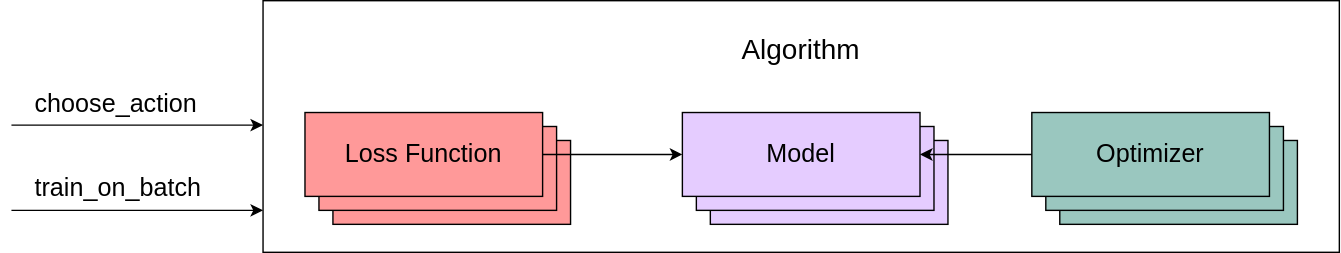
microsoft/maro keeps this draw.io diagram as docs/source/images/rl/algorithm.svg. Above is the earlier version. Source tidied: cells renumbered, new cells last; positions are measured from the earlier drawing's top-left corner, leaving out a move shared by most shapes.
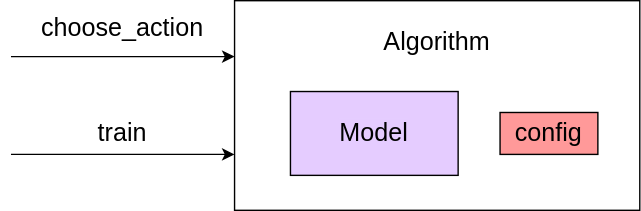
Later version of the same file.

The edit, as a diff of the source:
```diff
@@ -2,62 +2,35 @@
   <root>
     <mxCell id="0" />
     <mxCell id="1" parent="0" />
-    <mxCell id="2" style="rounded=0;whiteSpace=wrap;html=1;shadow=0;glass=0;sketch=0;strokeColor=#000000;strokeWidth=1;fillColor=none;gradientColor=none;fontSize=18;align=center;" parent="1" vertex="1">
-      <mxGeometry x="180" width="770" height="180" as="geometry" />
-    </mxCell>
-    <mxCell id="3" value="Loss Function" style="rounded=0;whiteSpace=wrap;html=1;shadow=0;glass=0;sketch=0;strokeColor=#000000;strokeWidth=1;gradientColor=none;fontSize=18;align=center;fillColor=#FF9999;" parent="1" vertex="1">
-      <mxGeometry x="230" y="100" width="170" height="60" as="geometry" />
-    </mxCell>
-    <mxCell id="4" value="Loss Function" style="rounded=0;whiteSpace=wrap;html=1;shadow=0;glass=0;sketch=0;strokeColor=#000000;strokeWidth=1;gradientColor=none;fontSize=18;align=center;fillColor=#FF9999;" parent="1" vertex="1">
-      <mxGeometry x="220" y="90" width="170" height="60" as="geometry" />
-    </mxCell>
-    <mxCell id="5" value="Optimizer" style="rounded=0;whiteSpace=wrap;html=1;shadow=0;glass=0;sketch=0;strokeColor=#000000;strokeWidth=1;gradientColor=none;fontSize=18;align=center;fillColor=#9AC7BF;" parent="1" vertex="1">
-      <mxGeometry x="750" y="100" width="170" height="60" as="geometry" />
-    </mxCell>
-    <mxCell id="6" value="Optimizer" style="rounded=0;whiteSpace=wrap;html=1;shadow=0;glass=0;sketch=0;strokeColor=#000000;strokeWidth=1;gradientColor=none;fontSize=18;align=center;fillColor=#9AC7BF;" parent="1" vertex="1">
-      <mxGeometry x="740" y="90" width="170" height="60" as="geometry" />
-    </mxCell>
-    <mxCell id="7" value="Model" style="rounded=0;whiteSpace=wrap;html=1;shadow=0;glass=0;sketch=0;strokeColor=#000000;strokeWidth=1;gradientColor=none;fontSize=18;align=center;fillColor=#E5CCFF;" parent="1" vertex="1">
-      <mxGeometry x="500" y="100" width="170" height="60" as="geometry" />
-    </mxCell>
-    <mxCell id="8" value="Model" style="rounded=0;whiteSpace=wrap;html=1;shadow=0;glass=0;sketch=0;strokeColor=#000000;strokeWidth=1;gradientColor=none;fontSize=18;align=center;fillColor=#E5CCFF;" parent="1" vertex="1">
-      <mxGeometry x="490" y="90" width="170" height="60" as="geometry" />
-    </mxCell>
-    <mxCell id="9" value="Model" style="rounded=0;whiteSpace=wrap;html=1;shadow=0;glass=0;sketch=0;strokeColor=#000000;strokeWidth=1;gradientColor=none;fontSize=18;align=center;fillColor=#E5CCFF;" parent="1" vertex="1">
-      <mxGeometry x="480" y="80" width="170" height="60" as="geometry" />
-    </mxCell>
-    <mxCell id="10" value="Optimizer" style="rounded=0;whiteSpace=wrap;html=1;shadow=0;glass=0;sketch=0;strokeColor=#000000;strokeWidth=1;gradientColor=none;fontSize=18;align=center;fillColor=#9AC7BF;" parent="1" vertex="1">
-      <mxGeometry x="730" y="80" width="170" height="60" as="geometry" />
-    </mxCell>
-    <mxCell id="11" value="Loss Function" style="rounded=0;whiteSpace=wrap;html=1;shadow=0;glass=0;sketch=0;strokeColor=#000000;strokeWidth=1;gradientColor=none;fontSize=18;align=center;fillColor=#FF9999;" parent="1" vertex="1">
-      <mxGeometry x="210" y="80" width="170" height="60" as="geometry" />
-    </mxCell>
-    <mxCell id="12" style="endArrow=classic;html=1;strokeWidth=1;fontSize=18;exitX=1;exitY=0.5;exitDx=0;exitDy=0;entryX=0;entryY=0.5;entryDx=0;entryDy=0;" parent="1" edge="1" source="11" target="9">
-      <mxGeometry relative="1" as="geometry" />
-    </mxCell>
-    <mxCell id="13" style="endArrow=classic;html=1;strokeWidth=1;fontSize=18;entryX=1;entryY=0.5;entryDx=0;entryDy=0;exitX=0;exitY=0.5;exitDx=0;exitDy=0;" parent="1" edge="1" source="10" target="9">
-      <mxGeometry relative="1" as="geometry" />
-    </mxCell>
+    <mxCell id="19" style="rounded=0;whiteSpace=wrap;html=1;" parent="1" vertex="1">
+      <mxGeometry x="1150" y="-630" width="290" height="150" as="geometry" />
+    </mxCell>
-    <mxCell id="14" value="&lt;font style=&quot;font-size: 20px&quot;&gt;Algorithm&lt;/font&gt;" style="text;html=1;strokeColor=none;fillColor=none;align=center;verticalAlign=middle;whiteSpace=wrap;rounded=0;shadow=0;glass=0;sketch=0;fontSize=18;" parent="1" vertex="1">
-      <mxGeometry x="490" y="20" width="150" height="30" as="geometry" />
+    <mxCell id="14" value="Algorithm" style="text;html=1;strokeColor=none;fillColor=none;align=center;verticalAlign=middle;whiteSpace=wrap;rounded=0;fontSize=18;" parent="1" vertex="1">
+      <mxGeometry x="1240" y="-620" width="110" height="40" as="geometry" />
     </mxCell>
-    <mxCell id="15" style="endArrow=classic;html=1;strokeWidth=1;fontSize=18;" parent="1" edge="1">
-      <mxGeometry relative="1" as="geometry">
-        <mxPoint y="89" as="sourcePoint" />
-        <mxPoint x="180" y="89" as="targetPoint" />
-      </mxGeometry>
-    </mxCell>
-    <mxCell id="16" style="endArrow=classic;html=1;strokeWidth=1;fontSize=18;" parent="1" edge="1">
-      <mxGeometry relative="1" as="geometry">
-        <mxPoint y="150" as="sourcePoint" />
-        <mxPoint x="180" y="150" as="targetPoint" />
-      </mxGeometry>
-    </mxCell>
+    <mxCell id="20" value="Model" style="rounded=0;whiteSpace=wrap;html=1;fontSize=18;labelBackgroundColor=#E5CCFF;fillColor=#E5CCFF;" parent="1" vertex="1">
+      <mxGeometry x="1190" y="-565" width="120" height="60" as="geometry" />
+    </mxCell>
+    <mxCell id="21" style="endArrow=classic;html=1;fontSize=18;" parent="1" edge="1">
+      <mxGeometry relative="1" as="geometry">
+        <mxPoint x="990" y="-590" as="sourcePoint" />
+        <mxPoint x="1150" y="-590" as="targetPoint" />
+      </mxGeometry>
+    </mxCell>
+    <mxCell id="22" style="endArrow=classic;html=1;fontSize=18;" parent="1" edge="1">
+      <mxGeometry relative="1" as="geometry">
+        <mxPoint x="990" y="-520" as="sourcePoint" />
+        <mxPoint x="1150" y="-520" as="targetPoint" />
+      </mxGeometry>
+    </mxCell>
-    <mxCell id="17" value="&lt;span style=&quot;color: rgb(0 , 0 , 0) ; font-family: &amp;#34;helvetica&amp;#34; ; font-size: 18px ; font-style: normal ; font-weight: 400 ; letter-spacing: normal ; text-align: center ; text-indent: 0px ; text-transform: none ; word-spacing: 0px ; display: inline ; float: none&quot;&gt;choose_action&lt;/span&gt;" style="text;whiteSpace=wrap;html=1;fontSize=18;" parent="1" vertex="1">
-      <mxGeometry x="15" y="57" width="140" height="40" as="geometry" />
+    <mxCell id="17" value="choose_action" style="text;html=1;strokeColor=none;fillColor=none;align=center;verticalAlign=middle;whiteSpace=wrap;rounded=0;fontSize=18;" parent="1" vertex="1">
+      <mxGeometry x="1000" y="-625" width="140" height="30" as="geometry" />
     </mxCell>
-    <mxCell id="18" value="&lt;span style=&quot;color: rgb(0 , 0 , 0) ; font-family: &amp;#34;helvetica&amp;#34; ; font-size: 18px ; font-style: normal ; font-weight: 400 ; letter-spacing: normal ; text-align: center ; text-indent: 0px ; text-transform: none ; word-spacing: 0px ; display: inline ; float: none&quot;&gt;train_on_batch&lt;/span&gt;" style="text;whiteSpace=wrap;html=1;fontSize=18;" parent="1" vertex="1">
-      <mxGeometry x="15" y="117" width="140" height="40" as="geometry" />
-    </mxCell>
+    <mxCell id="23" value="train" style="text;html=1;strokeColor=none;fillColor=none;align=center;verticalAlign=middle;whiteSpace=wrap;rounded=0;fontSize=18;" parent="1" vertex="1">
+      <mxGeometry x="1000" y="-550" width="140" height="30" as="geometry" />
+    </mxCell>
+    <mxCell id="24" value="config" style="rounded=0;whiteSpace=wrap;html=1;fontSize=18;fillColor=#FF9999;" parent="1" vertex="1">
+      <mxGeometry x="1340" y="-550" width="70" height="30" as="geometry" />
+    </mxCell>
   </root>
 </mxGraphModel>
```
